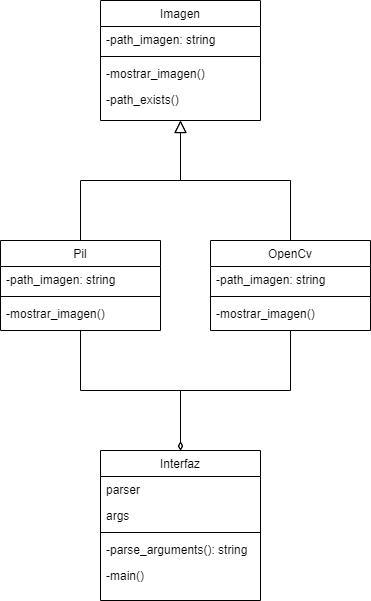
Above: diagrama_lab5.png in mareyes1/lab1 (draw.io), before the change. Source tidied: cells renumbered, new cells last; positions are measured from the earlier drawing's top-left corner, leaving out a move shared by most shapes.
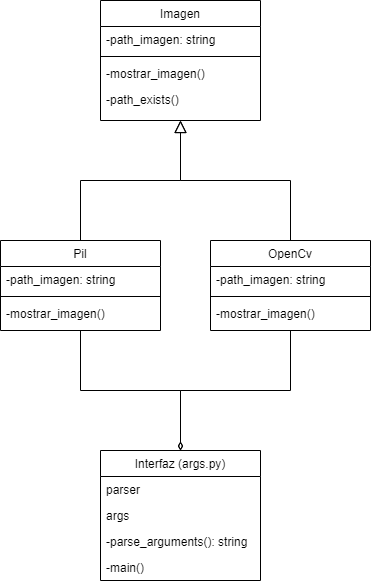
After the change.

The edit, as a diff of the source:
```diff
@@ -53,8 +53,8 @@
     <mxCell id="18" style="endArrow=block;endSize=10;endFill=0;shadow=0;strokeWidth=1;rounded=0;edgeStyle=elbowEdgeStyle;elbow=vertical;" parent="1" edge="1" source="14" target="2">
       <mxGeometry relative="1" as="geometry" />
     </mxCell>
-    <mxCell id="19" value="Interfaz" style="swimlane;fontStyle=0;align=center;verticalAlign=top;horizontal=1;startSize=26;rounded=0;shadow=0;strokeWidth=1;" parent="1" vertex="1">
-      <mxGeometry x="100" y="450" width="160" height="150" as="geometry" />
+    <mxCell id="19" value="Interfaz (args.py)" style="swimlane;fontStyle=0;align=center;verticalAlign=top;horizontal=1;startSize=26;rounded=0;shadow=0;strokeWidth=1;" parent="1" vertex="1">
+      <mxGeometry x="100" y="450" width="160" height="130" as="geometry" />
     </mxCell>
     <mxCell id="20" value="parser" style="text;align=left;verticalAlign=top;spacingLeft=4;spacingRight=4;overflow=hidden;" parent="19" vertex="1">
       <mxGeometry y="26" width="160" height="26" as="geometry" />
@@ -62,14 +62,11 @@
     <mxCell id="21" value="args" style="text;align=left;verticalAlign=top;spacingLeft=4;spacingRight=4;overflow=hidden;rounded=0;shadow=0;html=0;" parent="19" vertex="1">
       <mxGeometry y="52" width="160" height="26" as="geometry" />
     </mxCell>
-    <mxCell id="22" style="line;html=1;strokeWidth=1;align=left;verticalAlign=middle;spacingTop=-1;spacingLeft=3;spacingRight=3;labelPosition=right;" parent="19" vertex="1">
-      <mxGeometry y="78" width="160" height="8" as="geometry" />
-    </mxCell>
     <mxCell id="23" value="-parse_arguments(): string" style="text;align=left;verticalAlign=top;spacingLeft=4;spacingRight=4;overflow=hidden;" parent="19" vertex="1">
-      <mxGeometry y="86" width="160" height="26" as="geometry" />
+      <mxGeometry y="78" width="160" height="26" as="geometry" />
     </mxCell>
     <mxCell id="24" value="-main()" style="text;align=left;verticalAlign=top;spacingLeft=4;spacingRight=4;overflow=hidden;" parent="19" vertex="1">
-      <mxGeometry y="112" width="160" height="26" as="geometry" />
+      <mxGeometry y="104" width="160" height="26" as="geometry" />
     </mxCell>
   </root>
 </mxGraphModel>
```
